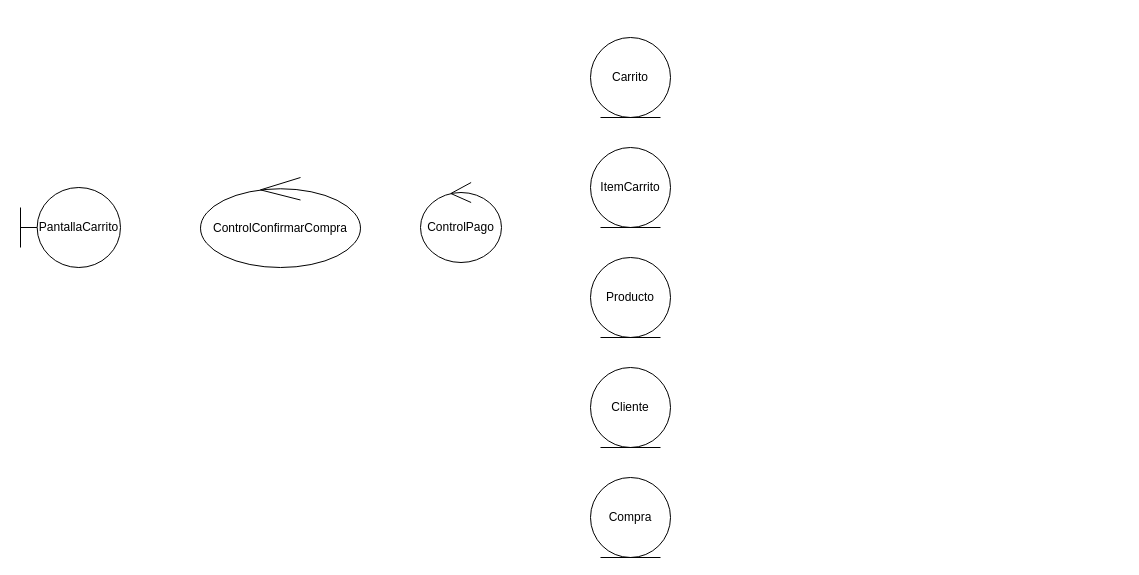
cataaap24/shopping-cart-payment keeps this draw.io diagram as docs/DIAGRAMA DE COLABORACION.drawio. Above is the earlier version. Source tidied: cells renumbered, new cells numbered last; positions are measured from the earlier drawing's top-left corner, leaving out a move shared by most shapes. Both pictures are drawn from the tidied source at 100%, with x=0, y=0 at pixel (20, 37).
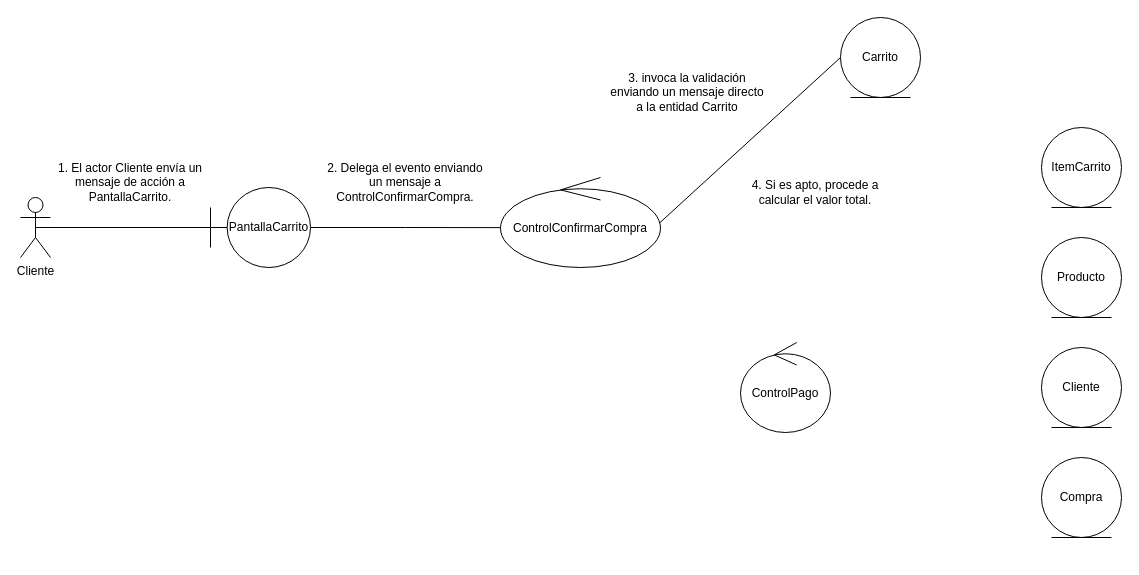
The same diagram, later.

Commit message (it also covers changes not shown here):
Add .gitignore, cart validation and diagram tweaks

Diff of the diagram source:
```diff
@@
 <mxGraphModel>
   <root>
     <mxCell id="0" />
     <mxCell id="1" parent="0" />
     <mxCell id="2" value="PantallaCarrito" style="shape=umlBoundary;whiteSpace=wrap;html=1;" parent="1" vertex="1">
-      <mxGeometry y="150" width="100" height="80" as="geometry" />
+      <mxGeometry x="190" y="150" width="100" height="80" as="geometry" />
     </mxCell>
+    <mxCell id="10" style="rounded=0;jettySize=auto;html=1;entryX=0;entryY=0.5;entryDx=0;entryDy=0;exitX=0.995;exitY=0.504;exitDx=0;exitDy=0;exitPerimeter=0;endArrow=none;endFill=0;" parent="1" edge="1" source="3" target="5">
+      <mxGeometry relative="1" as="geometry" />
+    </mxCell>
     <mxCell id="3" value="ControlConfirmarCompra" style="ellipse;shape=umlControl;whiteSpace=wrap;html=1;" parent="1" vertex="1">
-      <mxGeometry x="180" y="140" width="160" height="90" as="geometry" />
+      <mxGeometry x="480" y="140" width="160" height="90" as="geometry" />
     </mxCell>
-    <mxCell id="4" value="ControlPago" style="ellipse;shape=umlControl;whiteSpace=wrap;html=1;" parent="1" vertex="1">
-      <mxGeometry x="400" y="145" width="81" height="80" as="geometry" />
-    </mxCell>
     <mxCell id="5" value="Carrito" style="ellipse;shape=umlEntity;whiteSpace=wrap;html=1;" parent="1" vertex="1">
-      <mxGeometry x="570" width="80" height="80" as="geometry" />
+      <mxGeometry x="820" y="-20" width="80" height="80" as="geometry" />
     </mxCell>
     <mxCell id="6" value="ItemCarrito" style="ellipse;shape=umlEntity;whiteSpace=wrap;html=1;" parent="1" vertex="1">
-      <mxGeometry x="570" y="110" width="80" height="80" as="geometry" />
+      <mxGeometry x="1021" y="90" width="80" height="80" as="geometry" />
     </mxCell>
     <mxCell id="7" value="Producto" style="ellipse;shape=umlEntity;whiteSpace=wrap;html=1;" parent="1" vertex="1">
-      <mxGeometry x="570" y="220" width="80" height="80" as="geometry" />
+      <mxGeometry x="1021" y="200" width="80" height="80" as="geometry" />
     </mxCell>
     <mxCell id="8" value="Cliente" style="ellipse;shape=umlEntity;whiteSpace=wrap;html=1;" parent="1" vertex="1">
-      <mxGeometry x="570" y="330" width="80" height="80" as="geometry" />
+      <mxGeometry x="1021" y="310" width="80" height="80" as="geometry" />
     </mxCell>
     <mxCell id="9" value="Compra" style="ellipse;shape=umlEntity;whiteSpace=wrap;html=1;" parent="1" vertex="1">
-      <mxGeometry x="570" y="440" width="80" height="80" as="geometry" />
+      <mxGeometry x="1021" y="420" width="80" height="80" as="geometry" />
     </mxCell>
+    <mxCell id="11" value="Cliente" style="shape=umlActor;verticalLabelPosition=bottom;verticalAlign=top;html=1;outlineConnect=0;" parent="1" vertex="1">
+      <mxGeometry y="160" width="30" height="60" as="geometry" />
+    </mxCell>
+    <mxCell id="12" style="edgeStyle=orthogonalEdgeStyle;rounded=0;jettySize=auto;html=1;exitX=0.5;exitY=0.5;exitDx=0;exitDy=0;exitPerimeter=0;entryX=0;entryY=0.5;entryDx=0;entryDy=0;entryPerimeter=0;endArrow=none;endFill=0;" parent="1" edge="1" source="11" target="2">
+      <mxGeometry relative="1" as="geometry" />
+    </mxCell>
+    <mxCell id="13" value="1. El actor Cliente envía un mensaje de acción a PantallaCarrito." style="text;html=1;whiteSpace=wrap;strokeColor=none;fillColor=none;align=center;verticalAlign=middle;rounded=0;" parent="1" vertex="1">
+      <mxGeometry x="30" y="130" width="160" height="30" as="geometry" />
+    </mxCell>
+    <mxCell id="14" style="edgeStyle=orthogonalEdgeStyle;rounded=0;jettySize=auto;html=1;entryX=0;entryY=0.557;entryDx=0;entryDy=0;entryPerimeter=0;endArrow=none;endFill=0;" parent="1" edge="1" source="2" target="3">
+      <mxGeometry relative="1" as="geometry" />
+    </mxCell>
+    <mxCell id="15" value="2. Delega el evento enviando un mensaje a ControlConfirmarCompra." style="text;html=1;whiteSpace=wrap;strokeColor=none;fillColor=none;align=center;verticalAlign=middle;rounded=0;" parent="1" vertex="1">
+      <mxGeometry x="300" y="130" width="170" height="30" as="geometry" />
+    </mxCell>
+    <mxCell id="16" value="3. invoca la validación enviando un mensaje directo a la entidad Carrito" style="text;html=1;whiteSpace=wrap;strokeColor=none;fillColor=none;align=center;verticalAlign=middle;rounded=0;" parent="1" vertex="1">
+      <mxGeometry x="587" y="40" width="160" height="30" as="geometry" />
+    </mxCell>
+    <mxCell id="4" value="ControlPago" style="ellipse;shape=umlControl;whiteSpace=wrap;html=1;" parent="1" vertex="1">
+      <mxGeometry x="720" y="305" width="90" height="90" as="geometry" />
+    </mxCell>
+    <mxCell id="17" value="4. Si es apto, procede a calcular el valor total." style="text;html=1;whiteSpace=wrap;strokeColor=none;fillColor=none;align=center;verticalAlign=middle;rounded=0;" parent="1" vertex="1">
+      <mxGeometry x="730" y="150" width="130" height="10" as="geometry" />
+    </mxCell>
   </root>
 </mxGraphModel>
```
